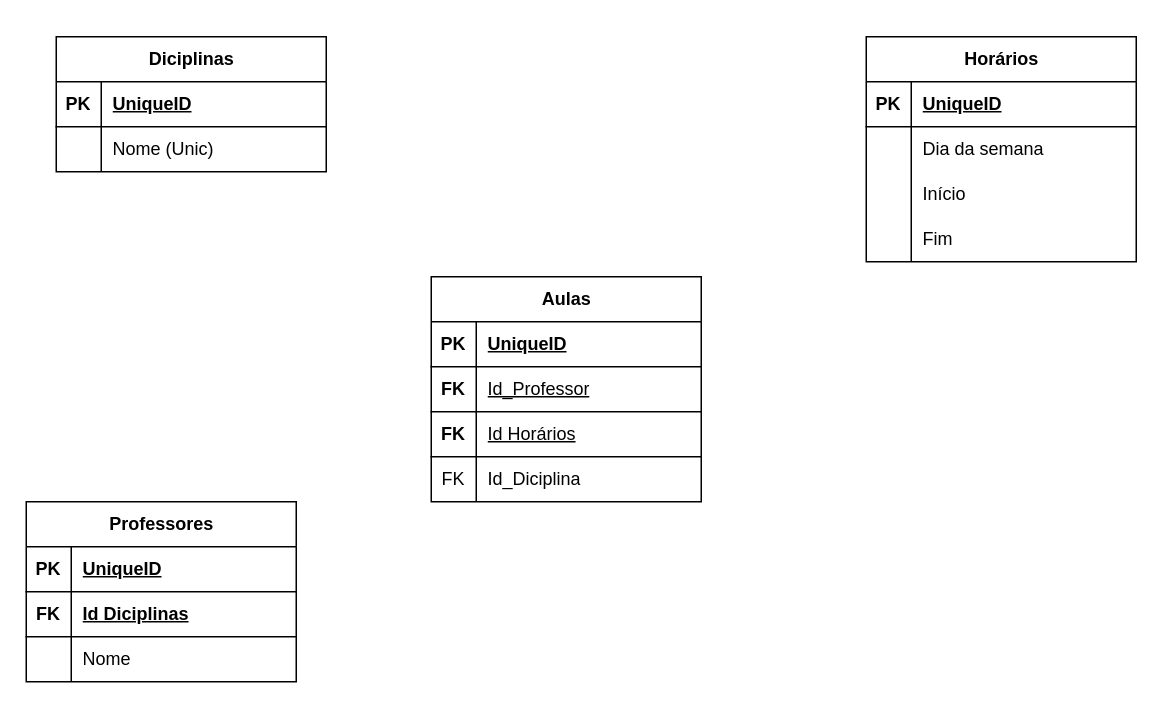
Rincon23/ClassManager-Backend keeps this draw.io diagram as Diagrama ER.drawio. Above is the earlier version. Source tidied: cells renumbered, new cells numbered last; positions are measured from the earlier drawing's top-left corner, leaving out a move shared by most shapes. Both pictures are drawn from the tidied source at 150%, with x=0, y=0 at pixel (26, 36).
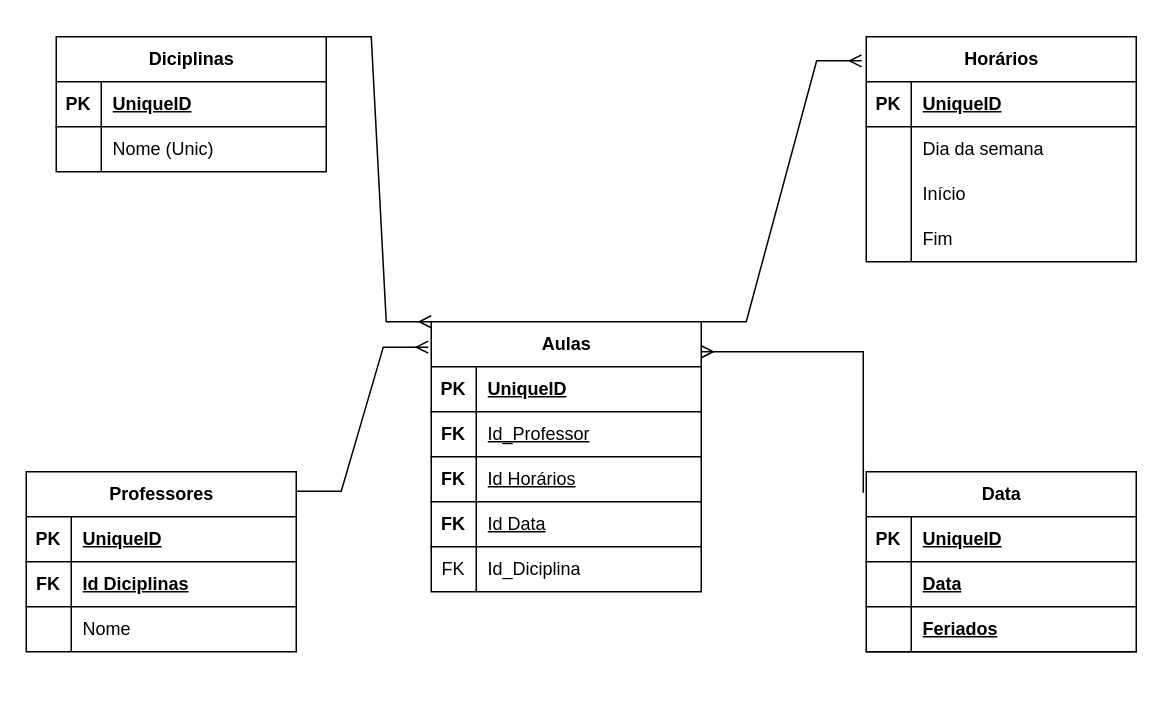
Above is the later version.

The change refers to these unchanged cells:
```xml
<mxCell id="2" value="Diciplinas" style="shape=table;startSize=30;childLayout=tableLayout;rowLines=0;fontStyle=1;align=center;html=1;" parent="1" vertex="1">
  <mxGeometry x="20" width="180" height="90" as="geometry" />
</mxCell>
<mxCell id="9" value="Horários" style="shape=table;startSize=30;childLayout=tableLayout;rowLines=0;fontStyle=1;align=center;html=1;" parent="1" vertex="1">
  <mxGeometry x="560" width="180" height="150" as="geometry" />
</mxCell>
<mxCell id="33" style="shape=tableRow;horizontal=0;startSize=0;swimlaneHead=0;swimlaneBody=0;fillColor=none;points=[[0,0.5],[1,0.5]];portConstraint=eastwest;top=0;left=0;right=0;bottom=1;" parent="32" vertex="1">
  <mxGeometry y="30" width="180" height="30" as="geometry" />
</mxCell>
```

What changed in the source:
```diff
@@
     <mxCell id="22" value="Professores" style="shape=table;startSize=30;childLayout=tableLayout;rowLines=0;fontStyle=1;align=center;html=1;" parent="1" vertex="1">
-      <mxGeometry y="310" width="180" height="120" as="geometry" />
+      <mxGeometry y="290" width="180" height="120" as="geometry" />
     </mxCell>
@@
     <mxCell id="32" value="Aulas" style="shape=table;startSize=30;childLayout=tableLayout;rowLines=0;fontStyle=1;align=center;html=1;" parent="1" vertex="1">
-      <mxGeometry x="270" y="160" width="180" height="150" as="geometry" />
+      <mxGeometry x="270" y="190" width="180" height="180" as="geometry" />
     </mxCell>
@@
+    <mxCell id="45" style="shape=tableRow;horizontal=0;startSize=0;swimlaneHead=0;swimlaneBody=0;fillColor=none;top=0;left=0;right=0;bottom=1;" parent="32" vertex="1">
+      <mxGeometry y="90" width="180" height="30" as="geometry" />
+    </mxCell>
+    <mxCell id="46" value="FK" style="shape=partialRectangle;fillColor=none;top=0;left=0;bottom=0;right=0;fontStyle=1;overflow=hidden;whiteSpace=wrap;html=1;" parent="45" vertex="1">
+      <mxGeometry width="30" height="30" as="geometry" />
+    </mxCell>
+    <mxCell id="47" value="&lt;span style=&quot;font-weight: 400;&quot;&gt;Id Horários&lt;/span&gt;" style="shape=partialRectangle;fillColor=none;top=0;left=0;bottom=0;right=0;align=left;spacingLeft=6;fontStyle=5;overflow=hidden;whiteSpace=wrap;html=1;" parent="45" vertex="1">
+      <mxGeometry x="30" width="150" height="30" as="geometry" />
+    </mxCell>
     <mxCell id="39" style="shape=tableRow;horizontal=0;startSize=0;swimlaneHead=0;swimlaneBody=0;fillColor=none;top=0;left=0;right=0;bottom=1;" parent="32" vertex="1">
-      <mxGeometry y="90" width="180" height="30" as="geometry" />
+      <mxGeometry y="120" width="180" height="30" as="geometry" />
     </mxCell>
@@
-    <mxCell id="41" value="&lt;span style=&quot;font-weight: 400;&quot;&gt;Id Horários&lt;/span&gt;" style="shape=partialRectangle;fillColor=none;top=0;left=0;bottom=0;right=0;align=left;spacingLeft=6;fontStyle=5;overflow=hidden;whiteSpace=wrap;html=1;" parent="39" vertex="1">
+    <mxCell id="41" value="&lt;span style=&quot;font-weight: 400;&quot;&gt;Id Data&lt;/span&gt;" style="shape=partialRectangle;fillColor=none;top=0;left=0;bottom=0;right=0;align=left;spacingLeft=6;fontStyle=5;overflow=hidden;whiteSpace=wrap;html=1;" parent="39" vertex="1">
       <mxGeometry x="30" width="150" height="30" as="geometry" />
     </mxCell>
     <mxCell id="42" style="shape=tableRow;horizontal=0;startSize=0;swimlaneHead=0;swimlaneBody=0;fillColor=none;top=0;left=0;right=0;bottom=0;" parent="32" vertex="1">
-      <mxGeometry y="120" width="180" height="30" as="geometry" />
+      <mxGeometry y="150" width="180" height="30" as="geometry" />
     </mxCell>
@@
+    <mxCell id="48" value="Data" style="shape=table;startSize=30;childLayout=tableLayout;rowLines=0;fontStyle=1;align=center;html=1;" parent="1" vertex="1">
+      <mxGeometry x="560" y="290" width="180" height="120" as="geometry" />
+    </mxCell>
+    <mxCell id="49" style="shape=tableRow;horizontal=0;startSize=0;swimlaneHead=0;swimlaneBody=0;fillColor=none;top=0;left=0;right=0;bottom=1;" parent="48" vertex="1">
+      <mxGeometry y="30" width="180" height="30" as="geometry" />
+    </mxCell>
+    <mxCell id="50" value="PK" style="shape=partialRectangle;fillColor=none;top=0;left=0;bottom=0;right=0;fontStyle=1;overflow=hidden;whiteSpace=wrap;html=1;" parent="49" vertex="1">
+      <mxGeometry width="30" height="30" as="geometry" />
+    </mxCell>
+    <mxCell id="51" value="UniqueID" style="shape=partialRectangle;fillColor=none;top=0;left=0;bottom=0;right=0;align=left;spacingLeft=6;fontStyle=5;overflow=hidden;whiteSpace=wrap;html=1;" parent="49" vertex="1">
+      <mxGeometry x="30" width="150" height="30" as="geometry" />
+    </mxCell>
+    <mxCell id="52" style="shape=tableRow;horizontal=0;startSize=0;swimlaneHead=0;swimlaneBody=0;fillColor=none;top=0;left=0;right=0;bottom=1;" parent="48" vertex="1">
+      <mxGeometry y="60" width="180" height="30" as="geometry" />
+    </mxCell>
+    <mxCell id="53" style="shape=partialRectangle;fillColor=none;top=0;left=0;bottom=0;right=0;fontStyle=1;overflow=hidden;whiteSpace=wrap;html=1;" parent="52" vertex="1">
+      <mxGeometry width="30" height="30" as="geometry" />
+    </mxCell>
+    <mxCell id="54" value="Data" style="shape=partialRectangle;fillColor=none;top=0;left=0;bottom=0;right=0;align=left;spacingLeft=6;fontStyle=5;overflow=hidden;whiteSpace=wrap;html=1;" parent="52" vertex="1">
+      <mxGeometry x="30" width="150" height="30" as="geometry" />
+    </mxCell>
+    <mxCell id="55" style="shape=tableRow;horizontal=0;startSize=0;swimlaneHead=0;swimlaneBody=0;fillColor=none;top=0;left=0;right=0;bottom=1;" parent="48" vertex="1">
+      <mxGeometry y="90" width="180" height="30" as="geometry" />
+    </mxCell>
+    <mxCell id="56" style="shape=partialRectangle;fillColor=none;top=0;left=0;bottom=0;right=0;fontStyle=1;overflow=hidden;whiteSpace=wrap;html=1;" parent="55" vertex="1">
+      <mxGeometry width="30" height="30" as="geometry" />
+    </mxCell>
+    <mxCell id="57" value="Feriados" style="shape=partialRectangle;fillColor=none;top=0;left=0;bottom=0;right=0;align=left;spacingLeft=6;fontStyle=5;overflow=hidden;whiteSpace=wrap;html=1;" parent="55" vertex="1">
+      <mxGeometry x="30" width="150" height="30" as="geometry" />
+    </mxCell>
+    <mxCell id="58" style="fontSize=12;html=1;endArrow=ERmany;rounded=0;edgeStyle=orthogonalEdgeStyle;entryX=1;entryY=-0.333;entryDx=0;entryDy=0;entryPerimeter=0;exitX=-0.011;exitY=0.117;exitDx=0;exitDy=0;exitPerimeter=0;" parent="1" edge="1" source="48" target="33">
+      <mxGeometry relative="1" as="geometry" />
+    </mxCell>
+    <mxCell id="59" style="fontSize=12;html=1;endArrow=ERmany;rounded=0;exitX=1;exitY=0;exitDx=0;exitDy=0;entryX=-0.017;entryY=0.107;entryDx=0;entryDy=0;entryPerimeter=0;edgeStyle=entityRelationEdgeStyle;" parent="1" edge="1" source="32" target="9">
+      <mxGeometry relative="1" as="geometry" />
+    </mxCell>
+    <mxCell id="60" style="fontSize=12;html=1;endArrow=ERmany;rounded=0;exitX=1;exitY=0;exitDx=0;exitDy=0;entryX=0;entryY=0;entryDx=0;entryDy=0;edgeStyle=entityRelationEdgeStyle;" parent="1" edge="1" source="2" target="32">
+      <mxGeometry relative="1" as="geometry" />
+    </mxCell>
+    <mxCell id="61" style="fontSize=12;html=1;endArrow=ERmany;rounded=0;entryX=-0.011;entryY=0.094;entryDx=0;entryDy=0;edgeStyle=entityRelationEdgeStyle;exitX=1;exitY=0.108;exitDx=0;exitDy=0;exitPerimeter=0;entryPerimeter=0;" parent="1" edge="1" source="22" target="32">
+      <mxGeometry relative="1" as="geometry" />
+    </mxCell>
```
